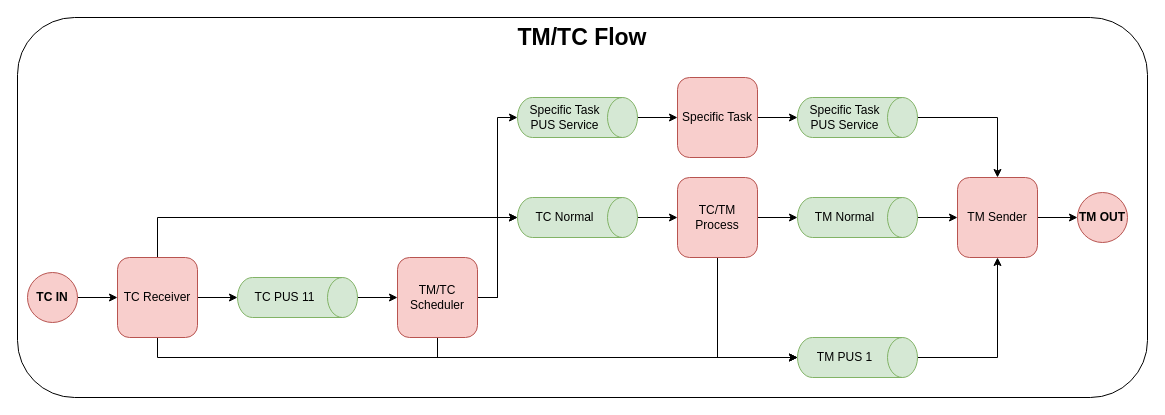
This is doc/images/TMTC_Flow_Graph.drawio from TOLOSAT/flight-software, a draw.io file, before an edit. Source tidied: cells renumbered, new cells numbered last; positions are measured from the earlier drawing's top-left corner, leaving out a move shared by most shapes. Both pictures are drawn from the tidied source at 100%, with x=0, y=0 at pixel (17, 17).
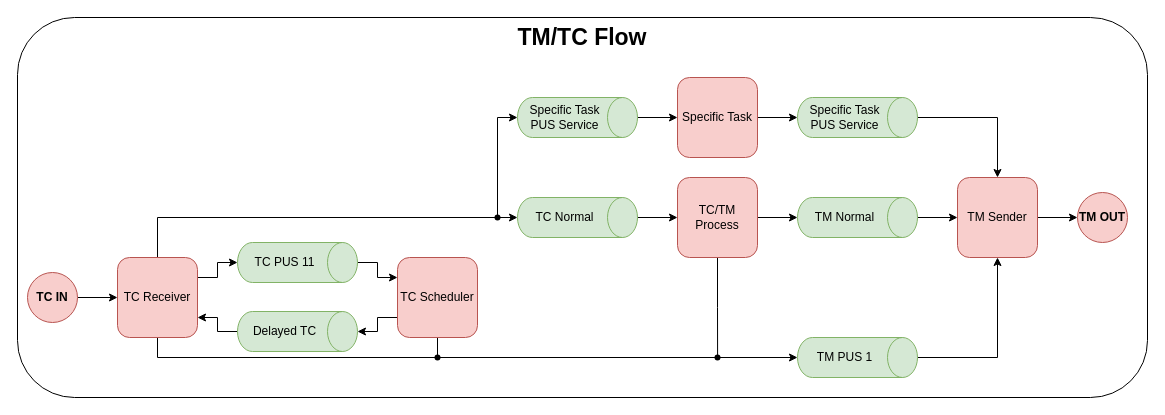
The same diagram, later.

Unchanged cells that the change refers to:
```xml
<mxCell id="6" value="TC Receiver" style="rounded=1;whiteSpace=wrap;html=1;fillColor=#f8cecc;strokeColor=#b85450;" parent="1" vertex="1">
  <mxGeometry x="100" y="240" width="80" height="80" as="geometry" />
</mxCell>
<mxCell id="9" value="TC/TM Process" style="rounded=1;whiteSpace=wrap;html=1;fillColor=#f8cecc;strokeColor=#b85450;" parent="1" vertex="1">
  <mxGeometry x="660" y="160" width="80" height="80" as="geometry" />
</mxCell>
<mxCell id="15" value="TM PUS 1" style="shape=cylinder3;whiteSpace=wrap;html=1;boundedLbl=1;backgroundOutline=1;size=15;direction=south;fillColor=#d5e8d4;strokeColor=#82b366;" parent="1" vertex="1">
  <mxGeometry x="780" y="320" width="120" height="40" as="geometry" />
</mxCell>
<mxCell id="21" value="TC Normal" style="shape=cylinder3;whiteSpace=wrap;html=1;boundedLbl=1;backgroundOutline=1;size=15;direction=south;fillColor=#d5e8d4;strokeColor=#82b366;" parent="1" vertex="1">
  <mxGeometry x="500" y="180" width="120" height="40" as="geometry" />
</mxCell>
<mxCell id="32" value="Specific Task PUS Service" style="shape=cylinder3;whiteSpace=wrap;html=1;boundedLbl=1;backgroundOutline=1;size=15;direction=south;fillColor=#d5e8d4;strokeColor=#82b366;" parent="1" vertex="1">
  <mxGeometry x="500" y="80" width="120" height="40" as="geometry" />
</mxCell>
```

Change to the diagram source:
```diff
@@
-    <mxCell id="3" style="edgeStyle=orthogonalEdgeStyle;rounded=0;jettySize=auto;html=1;exitX=0.5;exitY=1;exitDx=0;exitDy=0;entryX=0.5;entryY=1;entryDx=0;entryDy=0;entryPerimeter=0;" parent="1" edge="1" source="6" target="15">
-      <mxGeometry relative="1" as="geometry" />
-    </mxCell>
-    <mxCell id="4" style="edgeStyle=orthogonalEdgeStyle;rounded=0;jettySize=auto;html=1;exitX=0.5;exitY=0;exitDx=0;exitDy=0;entryX=0.5;entryY=1;entryDx=0;entryDy=0;entryPerimeter=0;" parent="1" edge="1" source="6" target="21">
-      <mxGeometry relative="1" as="geometry" />
+    <mxCell id="4" style="edgeStyle=orthogonalEdgeStyle;rounded=0;jettySize=auto;html=1;exitX=0.5;exitY=0;exitDx=0;exitDy=0;endArrow=none;endFill=0;" parent="1" edge="1" source="6" target="41">
+      <mxGeometry relative="1" as="geometry">
+        <Array as="points">
+          <mxPoint x="140" y="200" />
+        </Array>
+      </mxGeometry>
     </mxCell>
     <mxCell id="5" style="edgeStyle=orthogonalEdgeStyle;rounded=0;jettySize=auto;html=1;exitX=1;exitY=0.5;exitDx=0;exitDy=0;entryX=0.5;entryY=1;entryDx=0;entryDy=0;entryPerimeter=0;" parent="1" edge="1" source="6" target="23">
-      <mxGeometry relative="1" as="geometry" />
+      <mxGeometry relative="1" as="geometry">
+        <Array as="points">
+          <mxPoint x="180" y="260" />
+          <mxPoint x="200" y="260" />
+          <mxPoint x="200" y="245" />
+        </Array>
+      </mxGeometry>
     </mxCell>
+    <mxCell id="33" style="edgeStyle=orthogonalEdgeStyle;rounded=0;jettySize=auto;html=1;exitX=0.5;exitY=1;exitDx=0;exitDy=0;endArrow=none;endFill=0;" parent="1" edge="1" source="6" target="43">
+      <mxGeometry relative="1" as="geometry">
+        <Array as="points">
+          <mxPoint x="140" y="340" />
+        </Array>
+      </mxGeometry>
+    </mxCell>
@@
-    <mxCell id="8" style="edgeStyle=orthogonalEdgeStyle;rounded=0;jettySize=auto;html=1;exitX=0.5;exitY=1;exitDx=0;exitDy=0;entryX=0.5;entryY=1;entryDx=0;entryDy=0;entryPerimeter=0;" parent="1" edge="1" source="9" target="15">
-      <mxGeometry relative="1" as="geometry" />
-    </mxCell>
+    <mxCell id="34" style="edgeStyle=orthogonalEdgeStyle;rounded=0;jettySize=auto;html=1;exitX=0.5;exitY=1;exitDx=0;exitDy=0;endArrow=none;endFill=0;" parent="1" edge="1" source="9">
+      <mxGeometry relative="1" as="geometry">
+        <mxPoint x="700.1" y="340" as="targetPoint" />
+      </mxGeometry>
+    </mxCell>
@@
-    <mxCell id="22" style="edgeStyle=orthogonalEdgeStyle;rounded=0;jettySize=auto;html=1;exitX=0.5;exitY=0;exitDx=0;exitDy=0;exitPerimeter=0;entryX=0;entryY=0.5;entryDx=0;entryDy=0;" parent="1" edge="1" source="23" target="27">
+    <mxCell id="22" style="edgeStyle=orthogonalEdgeStyle;rounded=0;jettySize=auto;html=1;exitX=0.5;exitY=0;exitDx=0;exitDy=0;exitPerimeter=0;entryX=0;entryY=0.25;entryDx=0;entryDy=0;" parent="1" edge="1" source="23" target="27">
       <mxGeometry relative="1" as="geometry" />
     </mxCell>
     <mxCell id="23" value="TC PUS 11" style="shape=cylinder3;whiteSpace=wrap;html=1;boundedLbl=1;backgroundOutline=1;size=15;direction=south;fillColor=#d5e8d4;strokeColor=#82b366;" parent="1" vertex="1">
-      <mxGeometry x="220" y="260" width="120" height="40" as="geometry" />
+      <mxGeometry x="220" y="225" width="120" height="40" as="geometry" />
     </mxCell>
-    <mxCell id="24" style="edgeStyle=orthogonalEdgeStyle;rounded=0;jettySize=auto;html=1;exitX=1;exitY=0.5;exitDx=0;exitDy=0;entryX=0.5;entryY=1;entryDx=0;entryDy=0;entryPerimeter=0;" parent="1" edge="1" source="27" target="21">
-      <mxGeometry relative="1" as="geometry" />
-    </mxCell>
-    <mxCell id="25" style="edgeStyle=orthogonalEdgeStyle;rounded=0;jettySize=auto;html=1;exitX=0.5;exitY=1;exitDx=0;exitDy=0;entryX=0.5;entryY=1;entryDx=0;entryDy=0;entryPerimeter=0;" parent="1" edge="1" source="27" target="15">
-      <mxGeometry relative="1" as="geometry" />
-    </mxCell>
-    <mxCell id="26" style="edgeStyle=orthogonalEdgeStyle;rounded=0;jettySize=auto;html=1;exitX=1;exitY=0.5;exitDx=0;exitDy=0;entryX=0.5;entryY=1;entryDx=0;entryDy=0;entryPerimeter=0;" parent="1" edge="1" source="27" target="32">
-      <mxGeometry relative="1" as="geometry" />
-    </mxCell>
+    <mxCell id="35" style="edgeStyle=orthogonalEdgeStyle;rounded=0;jettySize=auto;html=1;exitX=0;exitY=0.75;exitDx=0;exitDy=0;entryX=0.5;entryY=0;entryDx=0;entryDy=0;entryPerimeter=0;" parent="1" edge="1" source="27" target="38">
+      <mxGeometry relative="1" as="geometry" />
+    </mxCell>
+    <mxCell id="36" style="edgeStyle=orthogonalEdgeStyle;rounded=0;jettySize=auto;html=1;exitX=0.5;exitY=1;exitDx=0;exitDy=0;endArrow=none;endFill=0;" parent="1" edge="1" source="27" target="43">
+      <mxGeometry relative="1" as="geometry" />
+    </mxCell>
-    <mxCell id="27" value="TM/TC Scheduler" style="rounded=1;whiteSpace=wrap;html=1;fillColor=#f8cecc;strokeColor=#b85450;" parent="1" vertex="1">
+    <mxCell id="27" value="TC Scheduler" style="rounded=1;whiteSpace=wrap;html=1;fillColor=#f8cecc;strokeColor=#b85450;" parent="1" vertex="1">
       <mxGeometry x="380" y="240" width="80" height="80" as="geometry" />
     </mxCell>
@@
+    <mxCell id="37" style="edgeStyle=orthogonalEdgeStyle;rounded=0;jettySize=auto;html=1;exitX=0.5;exitY=1;exitDx=0;exitDy=0;exitPerimeter=0;entryX=1;entryY=0.75;entryDx=0;entryDy=0;" parent="1" edge="1" source="38" target="6">
+      <mxGeometry relative="1" as="geometry" />
+    </mxCell>
+    <mxCell id="38" value="Delayed TC" style="shape=cylinder3;whiteSpace=wrap;html=1;boundedLbl=1;backgroundOutline=1;size=15;direction=south;fillColor=#d5e8d4;strokeColor=#82b366;" parent="1" vertex="1">
+      <mxGeometry x="220" y="294" width="120" height="40" as="geometry" />
+    </mxCell>
+    <mxCell id="39" style="edgeStyle=orthogonalEdgeStyle;rounded=0;jettySize=auto;html=1;entryX=0.5;entryY=1;entryDx=0;entryDy=0;entryPerimeter=0;" parent="1" edge="1" source="41" target="21">
+      <mxGeometry relative="1" as="geometry" />
+    </mxCell>
+    <mxCell id="40" style="edgeStyle=orthogonalEdgeStyle;rounded=0;jettySize=auto;html=1;entryX=0.5;entryY=1;entryDx=0;entryDy=0;entryPerimeter=0;" parent="1" edge="1" source="41" target="32">
+      <mxGeometry relative="1" as="geometry">
+        <Array as="points">
+          <mxPoint x="480" y="100" />
+        </Array>
+      </mxGeometry>
+    </mxCell>
+    <mxCell id="41" style="shape=waypoint;sketch=0;size=6;points=[];fillColor=none;perimeter=centerPerimeter;snapToPoint=1;" parent="1" vertex="1">
+      <mxGeometry x="470" y="190" width="20" height="20" as="geometry" />
+    </mxCell>
+    <mxCell id="42" style="edgeStyle=orthogonalEdgeStyle;rounded=0;jettySize=auto;html=1;entryX=0.05;entryY=0.736;entryDx=0;entryDy=0;entryPerimeter=0;endArrow=none;endFill=0;" parent="1" edge="1" source="43" target="45">
+      <mxGeometry relative="1" as="geometry" />
+    </mxCell>
+    <mxCell id="43" style="shape=waypoint;sketch=0;size=6;points=[];fillColor=none;perimeter=centerPerimeter;snapToPoint=1;" parent="1" vertex="1">
+      <mxGeometry x="410" y="330" width="20" height="20" as="geometry" />
+    </mxCell>
+    <mxCell id="44" style="edgeStyle=orthogonalEdgeStyle;rounded=0;jettySize=auto;html=1;entryX=0.5;entryY=1;entryDx=0;entryDy=0;entryPerimeter=0;" parent="1" edge="1" source="45" target="15">
+      <mxGeometry relative="1" as="geometry" />
+    </mxCell>
+    <mxCell id="45" style="shape=waypoint;sketch=0;size=6;points=[];fillColor=none;perimeter=centerPerimeter;snapToPoint=1;" parent="1" vertex="1">
+      <mxGeometry x="690" y="330" width="20" height="20" as="geometry" />
+    </mxCell>
```
